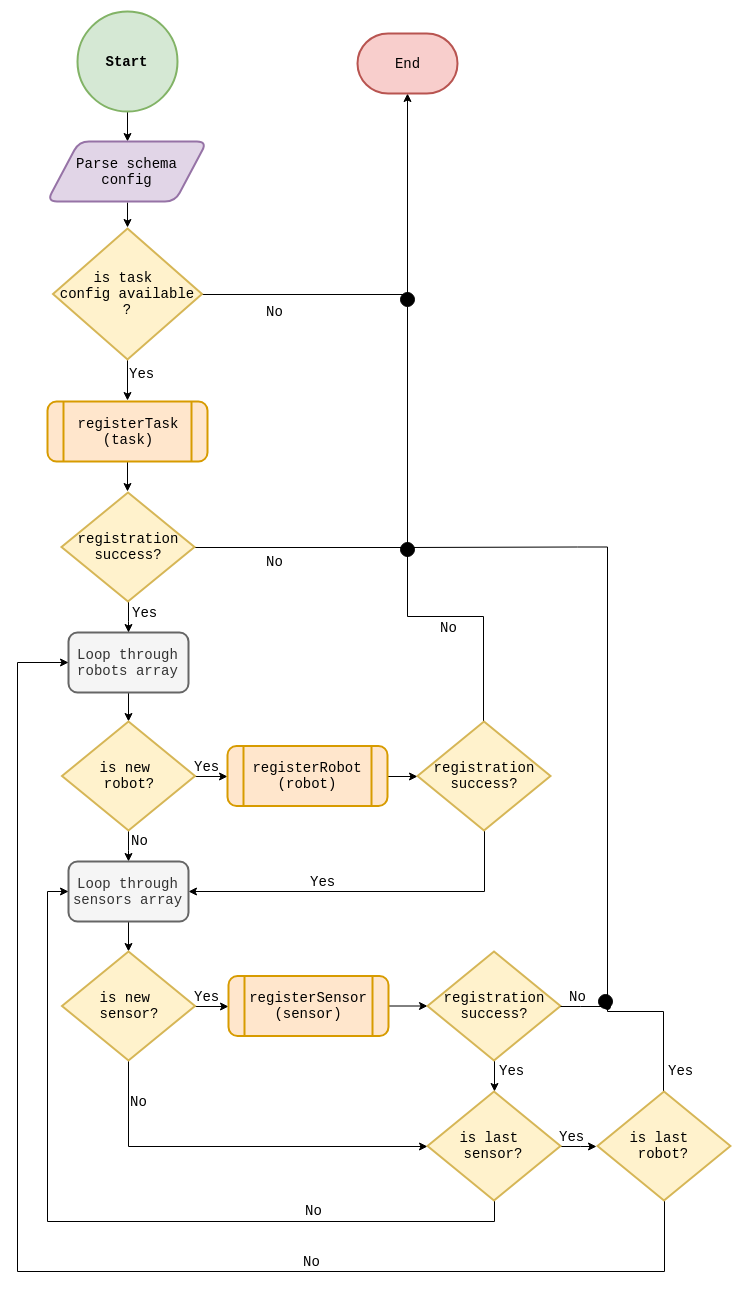
Before: reports/thesis/images/png/implementation/schema_registration.png, a diagram exported from draw.io (rubanraj54/master-thesis). Source tidied: cells renumbered, new cells last; positions are measured from the earlier drawing's top-left corner, leaving out a move shared by most shapes.
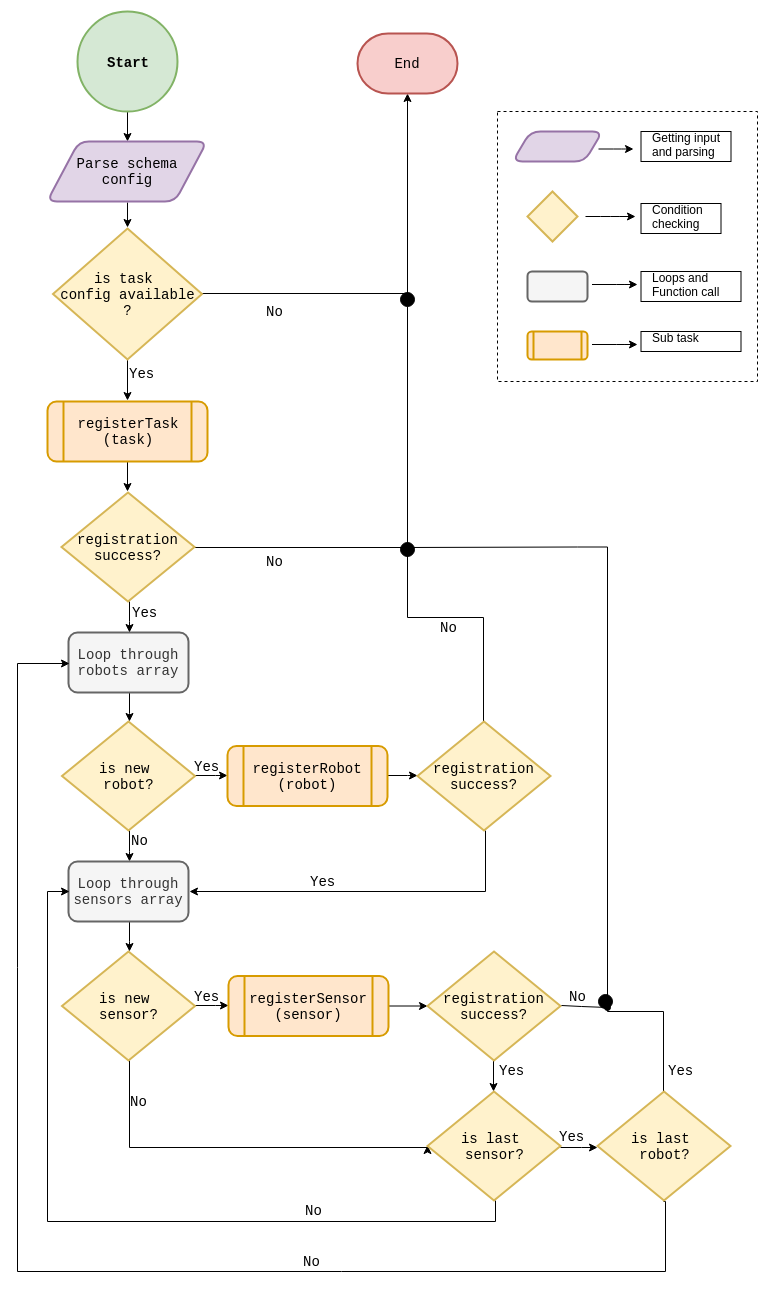
After the change.

The edit, as a diff of the source:
```diff
@@ -2,6 +2,9 @@
   <root>
     <mxCell id="0" />
     <mxCell id="1" parent="0" />
+    <mxCell id="58" style="rounded=0;whiteSpace=wrap;html=1;strokeColor=#000000;strokeWidth=1;dashed=1;" parent="1" vertex="1">
+      <mxGeometry x="480" y="100" width="260" height="270" as="geometry" />
+    </mxCell>
     <mxCell id="2" style="edgeStyle=orthogonalEdgeStyle;rounded=0;html=1;jettySize=auto;fontFamily=Courier New;fontSize=14;" parent="1" edge="1" source="3">
       <mxGeometry relative="1" as="geometry">
         <mxPoint x="110" y="130" as="targetPoint" />
@@ -250,5 +253,65 @@
         </Array>
       </mxGeometry>
     </mxCell>
+    <mxCell id="59" style="shape=parallelogram;perimeter=parallelogramPerimeter;whiteSpace=wrap;html=1;rounded=1;shadow=0;glass=0;comic=0;strokeWidth=2;fontFamily=Courier New;fontSize=14;fillColor=#e1d5e7;strokeColor=#9673a6;" parent="1" vertex="1">
+      <mxGeometry x="495" y="120" width="90" height="30" as="geometry" />
+    </mxCell>
+    <mxCell id="60" value="Getting input &lt;br&gt;and parsing" style="text;html=1;align=left;verticalAlign=top;spacingTop=-5;strokeColor=#000000;strokeWidth=1;perimeterSpacing=0;spacing=0;spacingLeft=11;spacingBottom=4;spacingRight=4;" parent="1" vertex="1">
+      <mxGeometry x="623.5" y="120" width="90" height="30" as="geometry" />
+    </mxCell>
+    <mxCell id="61" style="endArrow=classic;html=1;" parent="1" edge="1">
+      <mxGeometry relative="1" as="geometry">
+        <mxPoint x="581" y="137.5" as="sourcePoint" />
+        <mxPoint x="616" y="137.5" as="targetPoint" />
+        <Array as="points">
+          <mxPoint x="606" y="137.5" />
+        </Array>
+      </mxGeometry>
+    </mxCell>
+    <mxCell id="62" style="strokeWidth=2;html=1;shape=mxgraph.flowchart.decision;whiteSpace=wrap;fontFamily=Courier New;fontSize=14;fillColor=#fff2cc;strokeColor=#d6b656;" parent="1" vertex="1">
+      <mxGeometry x="510" y="180" width="50" height="50" as="geometry" />
+    </mxCell>
+    <mxCell id="63" value="Condition &lt;br&gt;checking" style="text;html=1;align=left;verticalAlign=top;spacingTop=-5;strokeColor=#000000;strokeWidth=1;perimeterSpacing=0;spacing=0;spacingLeft=11;spacingBottom=4;spacingRight=4;" parent="1" vertex="1">
+      <mxGeometry x="623.5" y="192" width="80" height="30" as="geometry" />
+    </mxCell>
+    <mxCell id="64" style="endArrow=classic;html=1;" parent="1" edge="1">
+      <mxGeometry relative="1" as="geometry">
+        <mxPoint x="568" y="205" as="sourcePoint" />
+        <mxPoint x="618" y="205" as="targetPoint" />
+        <Array as="points">
+          <mxPoint x="593" y="205" />
+        </Array>
+      </mxGeometry>
+    </mxCell>
+    <mxCell id="65" style="rounded=1;whiteSpace=wrap;html=1;shadow=0;glass=0;comic=0;strokeColor=#666666;strokeWidth=2;fillColor=#f5f5f5;fontFamily=Courier New;fontSize=14;fontColor=#333333;" parent="1" vertex="1">
+      <mxGeometry x="510" y="260" width="60" height="30" as="geometry" />
+    </mxCell>
+    <mxCell id="66" style="endArrow=classic;html=1;" parent="1" edge="1">
+      <mxGeometry relative="1" as="geometry">
+        <mxPoint x="574.5" y="273" as="sourcePoint" />
+        <mxPoint x="620" y="273" as="targetPoint" />
+        <Array as="points">
+          <mxPoint x="599.5" y="273" />
+        </Array>
+      </mxGeometry>
+    </mxCell>
+    <mxCell id="67" value="Loops and&amp;nbsp;&lt;br&gt;Function call&lt;br&gt;" style="text;html=1;align=left;verticalAlign=top;spacingTop=-5;strokeColor=#000000;strokeWidth=1;perimeterSpacing=0;spacing=0;spacingLeft=11;spacingBottom=4;spacingRight=4;" parent="1" vertex="1">
+      <mxGeometry x="623.5" y="260" width="100" height="30" as="geometry" />
+    </mxCell>
+    <mxCell id="68" style="shape=process;whiteSpace=wrap;html=1;backgroundOutline=1;fillColor=#ffe6cc;strokeColor=#d79b00;rounded=1;shadow=0;comic=0;glass=0;strokeWidth=2;fontFamily=Courier New;fontSize=14;" parent="1" vertex="1">
+      <mxGeometry x="510" y="320" width="60" height="28" as="geometry" />
+    </mxCell>
+    <mxCell id="69" style="endArrow=classic;html=1;" parent="1" edge="1">
+      <mxGeometry relative="1" as="geometry">
+        <mxPoint x="574.5" y="333" as="sourcePoint" />
+        <mxPoint x="620" y="333" as="targetPoint" />
+        <Array as="points">
+          <mxPoint x="599.5" y="333" />
+        </Array>
+      </mxGeometry>
+    </mxCell>
+    <mxCell id="70" value="Sub task&amp;nbsp;" style="text;html=1;align=left;verticalAlign=top;spacingTop=-5;strokeColor=#000000;strokeWidth=1;perimeterSpacing=0;spacing=0;spacingLeft=11;spacingBottom=4;spacingRight=4;" parent="1" vertex="1">
+      <mxGeometry x="623.5" y="320" width="100" height="20" as="geometry" />
+    </mxCell>
   </root>
 </mxGraphModel>
```
